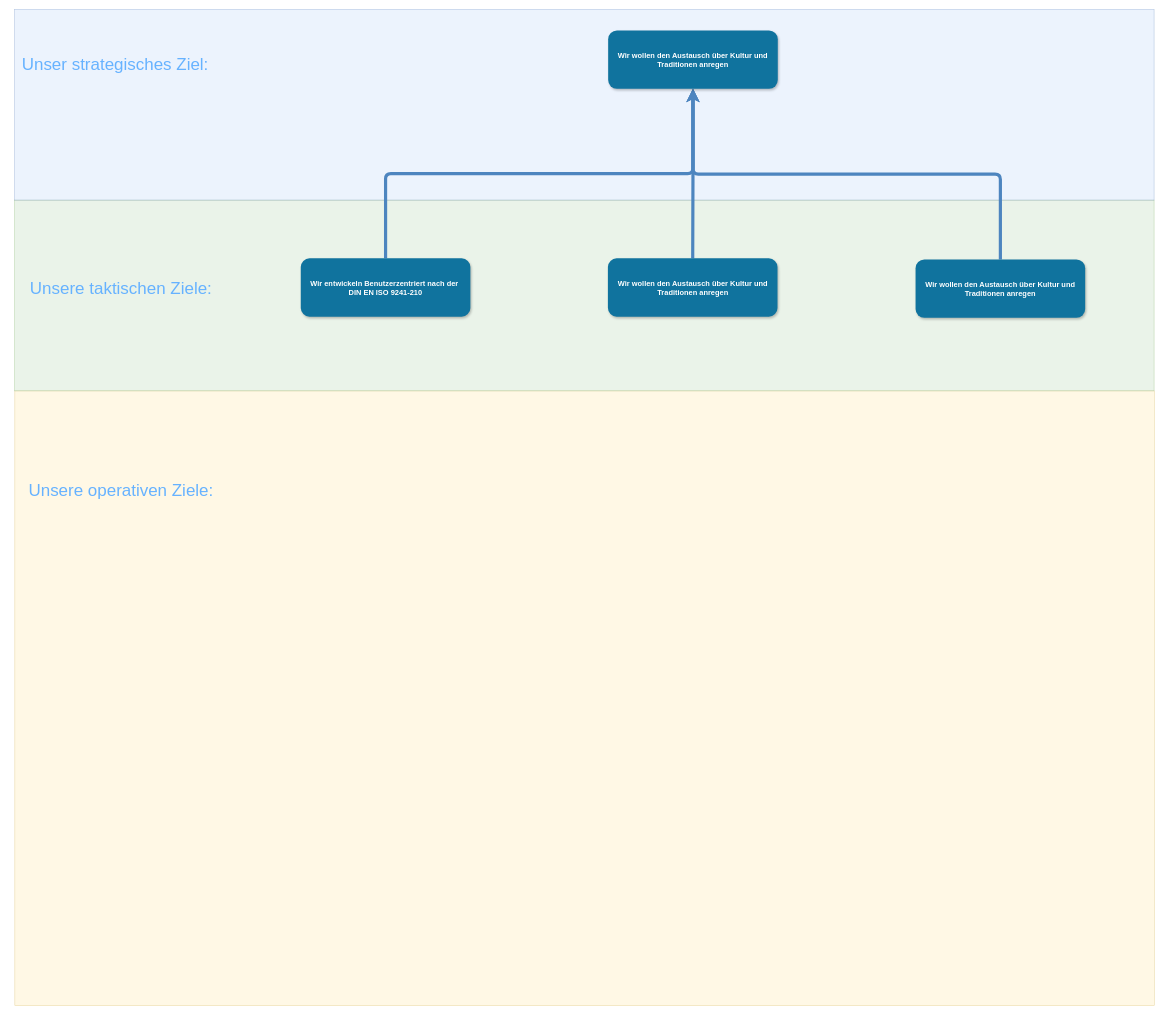
Inf166/PeerToPeerSharingOfCookingRecipies keeps this draw.io diagram as Artefakte/Entwicklungsziele/Entwicklungsziele.drawio. Above is the earlier version. Source tidied: cells renumbered, new cells numbered last; positions are measured from the earlier drawing's top-left corner, leaving out a move shared by most shapes. Both pictures are drawn from the tidied source at 53%, with x=0, y=0 at pixel (9, 9).
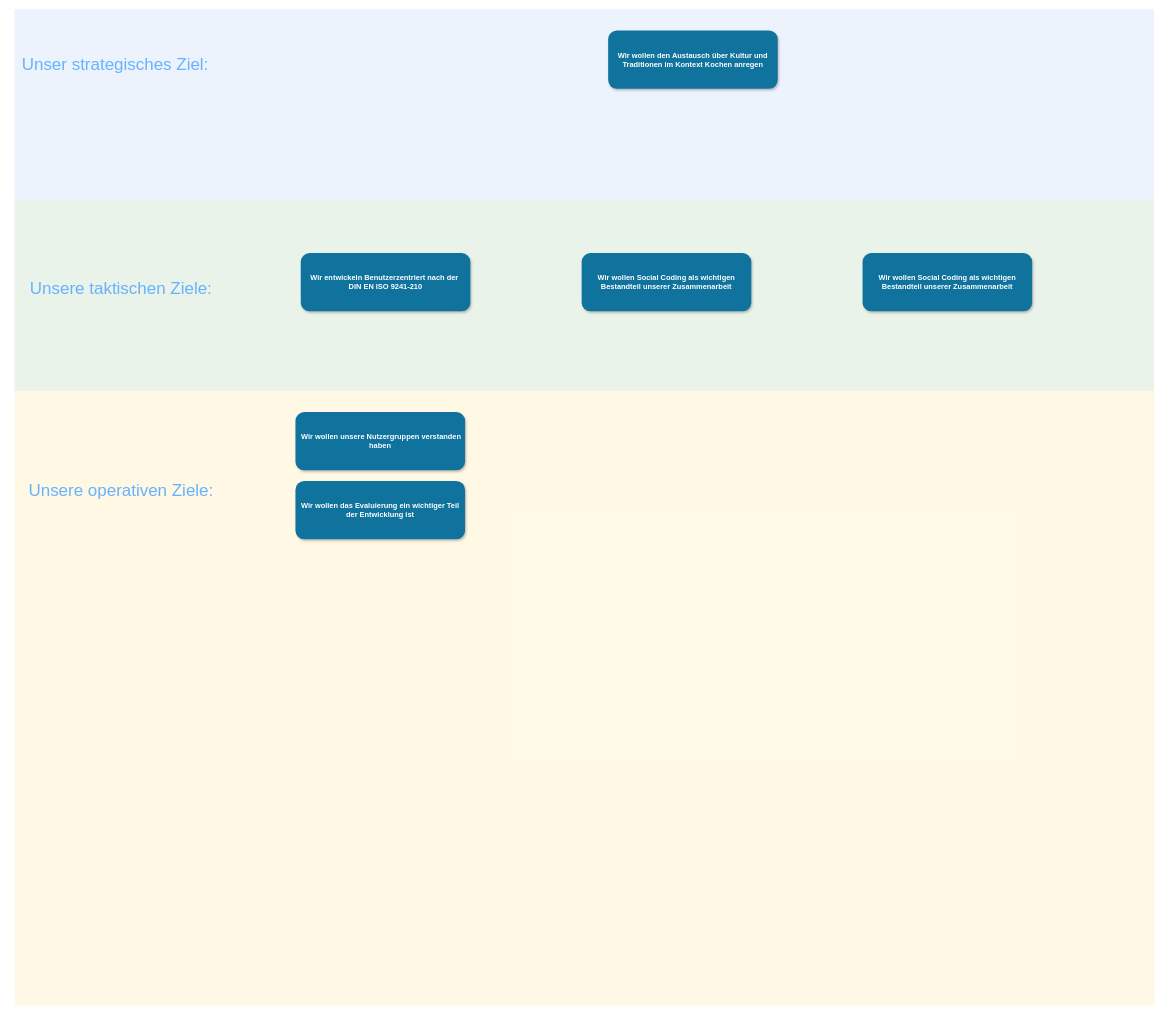
The same diagram, later.

The edit, as a diff of the source:
```diff
@@
 <mxGraphModel background="#ffffff">
   <root>
     <mxCell id="0" />
     <mxCell id="1" parent="0" />
-    <mxCell id="2" style="rounded=0;whiteSpace=wrap;html=1;labelBackgroundColor=none;fontSize=32;strokeColor=#d6b656;fillColor=#fff2cc;opacity=50;" parent="1" vertex="1">
+    <mxCell id="2" style="rounded=0;whiteSpace=wrap;html=1;labelBackgroundColor=none;fontSize=32;fillColor=#fff2cc;opacity=50;strokeColor=none;" parent="1" vertex="1">
       <mxGeometry x="10.5" y="720" width="2150" height="1160" as="geometry" />
     </mxCell>
-    <mxCell id="3" style="rounded=0;whiteSpace=wrap;html=1;labelBackgroundColor=none;fontSize=32;strokeColor=#82b366;fillColor=#d5e8d4;opacity=50;" parent="1" vertex="1">
+    <mxCell id="3" style="rounded=0;whiteSpace=wrap;html=1;labelBackgroundColor=none;fontSize=32;fillColor=#d5e8d4;opacity=50;strokeColor=none;" parent="1" vertex="1">
       <mxGeometry x="10" y="360" width="2150" height="360" as="geometry" />
     </mxCell>
-    <mxCell id="4" style="rounded=0;whiteSpace=wrap;html=1;labelBackgroundColor=none;fontSize=32;strokeColor=#6c8ebf;fillColor=#dae8fc;opacity=50;" parent="1" vertex="1">
+    <mxCell id="4" style="rounded=0;whiteSpace=wrap;html=1;labelBackgroundColor=none;fontSize=32;fillColor=#dae8fc;opacity=50;strokeColor=none;" parent="1" vertex="1">
       <mxGeometry x="10" width="2150" height="360" as="geometry" />
     </mxCell>
-    <mxCell id="5" style="edgeStyle=elbowEdgeStyle;rounded=1;sketch=0;jettySize=auto;elbow=vertical;html=1;shadow=0;strokeColor=#4D85BF;strokeWidth=6;fontSize=32;fontColor=#66B2FF;startArrow=classic;startFill=1;endArrow=none;endFill=0;" parent="1" edge="1" source="8" target="12">
-      <mxGeometry relative="1" as="geometry" />
-    </mxCell>
-    <mxCell id="6" style="edgeStyle=elbowEdgeStyle;rounded=1;sketch=0;jettySize=auto;elbow=vertical;html=1;exitX=0.5;exitY=1;exitDx=0;exitDy=0;entryX=0.5;entryY=0;entryDx=0;entryDy=0;shadow=0;startArrow=classic;startFill=1;endArrow=none;endFill=0;strokeColor=#4D85BF;strokeWidth=6;fontSize=32;fontColor=#66B2FF;" parent="1" edge="1" source="8" target="13">
-      <mxGeometry relative="1" as="geometry" />
-    </mxCell>
-    <mxCell id="7" style="edgeStyle=elbowEdgeStyle;rounded=1;sketch=0;jettySize=auto;elbow=vertical;html=1;exitX=0.5;exitY=1;exitDx=0;exitDy=0;entryX=0.5;entryY=0;entryDx=0;entryDy=0;shadow=0;startArrow=classic;startFill=1;endArrow=none;endFill=0;strokeColor=#4D85BF;strokeWidth=6;fontSize=32;fontColor=#66B2FF;" parent="1" edge="1" source="8" target="14">
-      <mxGeometry relative="1" as="geometry" />
-    </mxCell>
-    <mxCell id="8" value="Wir wollen den Austausch über Kultur und Traditionen anregen" style="rounded=1;fillColor=#10739E;strokeColor=none;shadow=1;gradientColor=none;fontStyle=1;fontColor=#FFFFFF;fontSize=14;html=1;whiteSpace=wrap;" parent="1" vertex="1">
+    <mxCell id="8" value="Wir wollen den Austausch über Kultur und Traditionen im Kontext Kochen anregen" style="rounded=1;fillColor=#10739E;strokeColor=none;shadow=1;gradientColor=none;fontStyle=1;fontColor=#FFFFFF;fontSize=14;html=1;whiteSpace=wrap;" parent="1" vertex="1">
       <mxGeometry x="1130" y="40" width="320" height="110" as="geometry" />
     </mxCell>
     <mxCell id="9" value="Unser strategisches Ziel:" style="text;html=1;strokeColor=none;fillColor=none;align=center;verticalAlign=middle;whiteSpace=wrap;rounded=0;fontSize=32;fontColor=#66B2FF;labelBorderColor=none;labelBackgroundColor=none;" parent="1" vertex="1">
       <mxGeometry y="77.5" width="400" height="55" as="geometry" />
     </mxCell>
     <mxCell id="10" value="Unsere taktischen Ziele:" style="text;html=1;strokeColor=none;fillColor=none;align=center;verticalAlign=middle;whiteSpace=wrap;rounded=0;fontSize=32;fontColor=#66B2FF;labelBorderColor=none;labelBackgroundColor=none;" parent="1" vertex="1">
       <mxGeometry x="10.5" y="499.5" width="400" height="55" as="geometry" />
     </mxCell>
     <mxCell id="11" value="Unsere operativen Ziele:" style="text;html=1;strokeColor=none;fillColor=none;align=center;verticalAlign=middle;whiteSpace=wrap;rounded=0;fontSize=32;fontColor=#66B2FF;labelBorderColor=none;labelBackgroundColor=none;" parent="1" vertex="1">
       <mxGeometry x="10.5" y="880" width="400" height="55" as="geometry" />
     </mxCell>
     <mxCell id="12" value="Wir entwickeln Benutzerzentriert nach der&amp;nbsp;&lt;br&gt;&lt;div&gt;DIN EN ISO 9241-210&lt;/div&gt;" style="rounded=1;fillColor=#10739E;strokeColor=none;shadow=1;gradientColor=none;fontStyle=1;fontColor=#FFFFFF;fontSize=14;html=1;whiteSpace=wrap;" parent="1" vertex="1">
-      <mxGeometry x="550" y="470" width="320" height="110" as="geometry" />
+      <mxGeometry x="550" y="460" width="320" height="110" as="geometry" />
     </mxCell>
-    <mxCell id="13" value="Wir wollen den Austausch über Kultur und Traditionen anregen" style="rounded=1;fillColor=#10739E;strokeColor=none;shadow=1;gradientColor=none;fontStyle=1;fontColor=#FFFFFF;fontSize=14;html=1;whiteSpace=wrap;" parent="1" vertex="1">
-      <mxGeometry x="1129.5" y="470" width="320" height="110" as="geometry" />
+    <mxCell id="13" value="&amp;nbsp;Wir wollen unsere Nutzergruppen verstanden haben" style="rounded=1;fillColor=#10739E;strokeColor=none;shadow=1;gradientColor=none;fontStyle=1;fontColor=#FFFFFF;fontSize=14;html=1;whiteSpace=wrap;" parent="1" vertex="1">
+      <mxGeometry x="540" y="760" width="320" height="110" as="geometry" />
     </mxCell>
-    <mxCell id="14" value="Wir wollen den Austausch über Kultur und Traditionen anregen" style="rounded=1;fillColor=#10739E;strokeColor=none;shadow=1;gradientColor=none;fontStyle=1;fontColor=#FFFFFF;fontSize=14;html=1;whiteSpace=wrap;" parent="1" vertex="1">
-      <mxGeometry x="1710" y="472" width="320" height="110" as="geometry" />
+    <mxCell id="14" value="Wir wollen das Evaluierung ein wichtiger Teil der Entwicklung ist" style="rounded=1;fillColor=#10739E;strokeColor=none;shadow=1;gradientColor=none;fontStyle=1;fontColor=#FFFFFF;fontSize=14;html=1;whiteSpace=wrap;" parent="1" vertex="1">
+      <mxGeometry x="540" y="890" width="320" height="110" as="geometry" />
     </mxCell>
+    <mxCell id="15" value="Wir wollen Social Coding als wichtigen Bestandteil unserer Zusammenarbeit" style="rounded=1;fillColor=#10739E;strokeColor=none;shadow=1;gradientColor=none;fontStyle=1;fontColor=#FFFFFF;fontSize=14;html=1;whiteSpace=wrap;" parent="1" vertex="1">
+      <mxGeometry x="1080" y="460" width="320" height="110" as="geometry" />
+    </mxCell>
+    <mxCell id="16" value="Wir wollen Social Coding als wichtigen Bestandteil unserer Zusammenarbeit" style="rounded=1;fillColor=#10739E;strokeColor=none;shadow=1;gradientColor=none;fontStyle=1;fontColor=#FFFFFF;fontSize=14;html=1;whiteSpace=wrap;" parent="1" vertex="1">
+      <mxGeometry x="1610" y="460" width="320" height="110" as="geometry" />
+    </mxCell>
   </root>
 </mxGraphModel>
```
